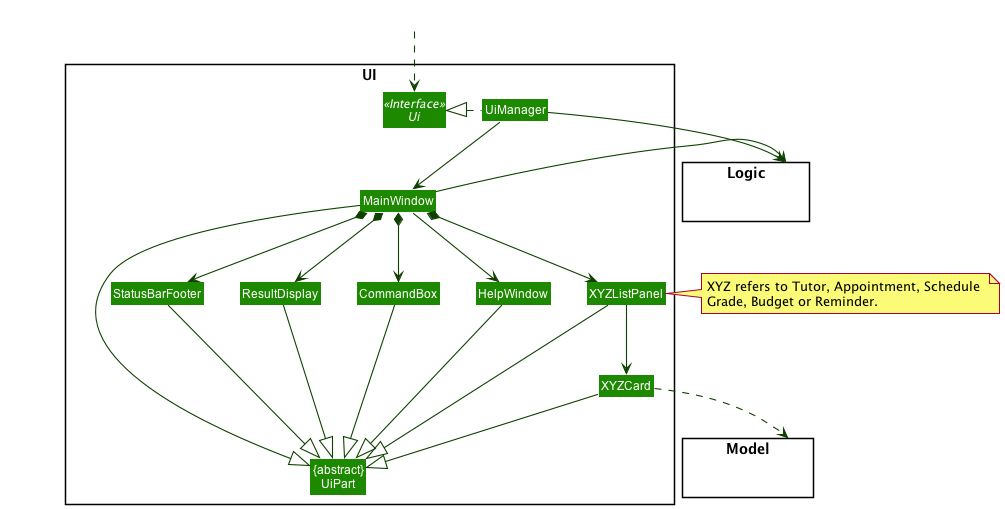
This is docs/images/UiClassDiagram.png from nus-cs2103-AY2021S2/tp, a PlantUML export, as it was before one commit.
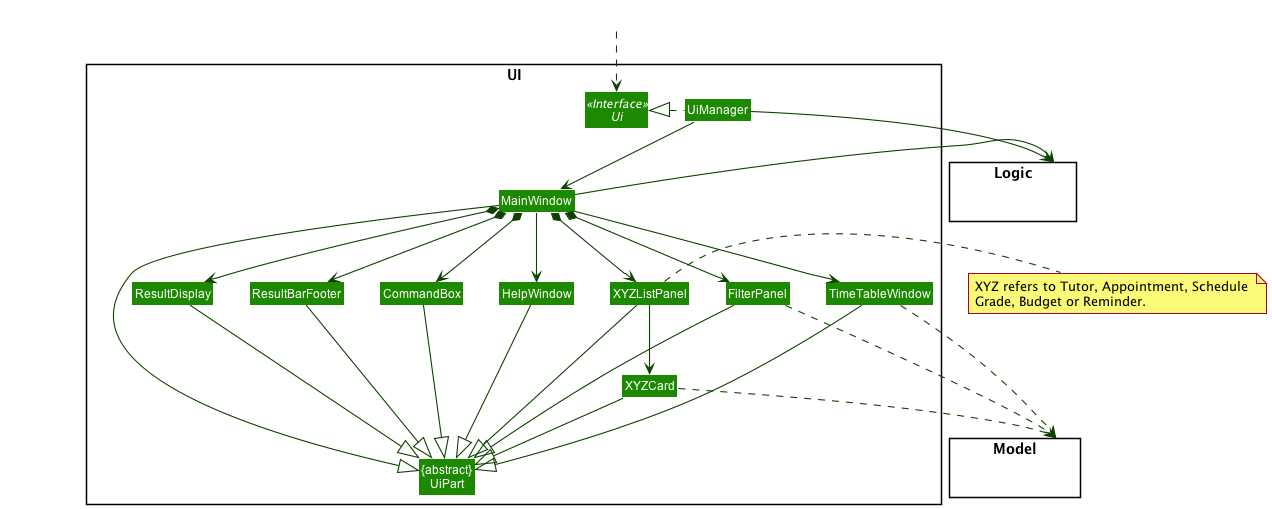
After the change.

Change to the diagram source:
```diff
@@ -13,8 +13,10 @@
 Class ResultDisplay
 Class XYZListPanel
 Class XYZCard
-Class StatusBarFooter
+Class ResultBarFooter
 Class CommandBox
+Class FilterPanel
+Class TimeTableWindow
 }
 
 package Model <<Rectangle>> {
@@ -30,12 +32,14 @@
 
 UiManager .left.|> Ui
 UiManager -down-> MainWindow
+
+MainWindow --> TimeTableWindow
 MainWindow --> HelpWindow
+MainWindow *-down-> ResultDisplay
 MainWindow *-down-> CommandBox
-MainWindow *-down-> ResultDisplay
+MainWindow *-down-> ResultBarFooter
 MainWindow *-down-> XYZListPanel
-MainWindow *-down-> StatusBarFooter
-
+MainWindow *-down-> FilterPanel
 XYZListPanel -down-> XYZCard
 
 MainWindow -left-|> UiPart
@@ -44,17 +48,23 @@
 CommandBox --|> UiPart
 XYZListPanel --|> UiPart
 XYZCard --|> UiPart
-StatusBarFooter --|> UiPart
+ResultBarFooter --|> UiPart
 HelpWindow -down-|> UiPart
+TimeTableWindow --|> UiPart
+FilterPanel --|> UiPart
 
+FilterPanel ..> Model
+TimeTableWindow .right.> Model
 XYZCard ..> Model
 UiManager -right-> Logic
 MainWindow -left-> Logic
 
-XYZListPanel -[hidden]left- HelpWindow
+XYZListPanel -[hidden]left- FilterPanel
 HelpWindow -[hidden]left- CommandBox
 CommandBox -[hidden]left- ResultDisplay
-ResultDisplay -[hidden]left- StatusBarFooter
+ResultDisplay -[hidden]left- ResultBarFooter
+TimeTableWindow -[hidden]left- HelpWindow
+FilterPanel -[hidden]left- TimeTableWindow
 
 MainWindow -[hidden]-|> UiPart
 
```
